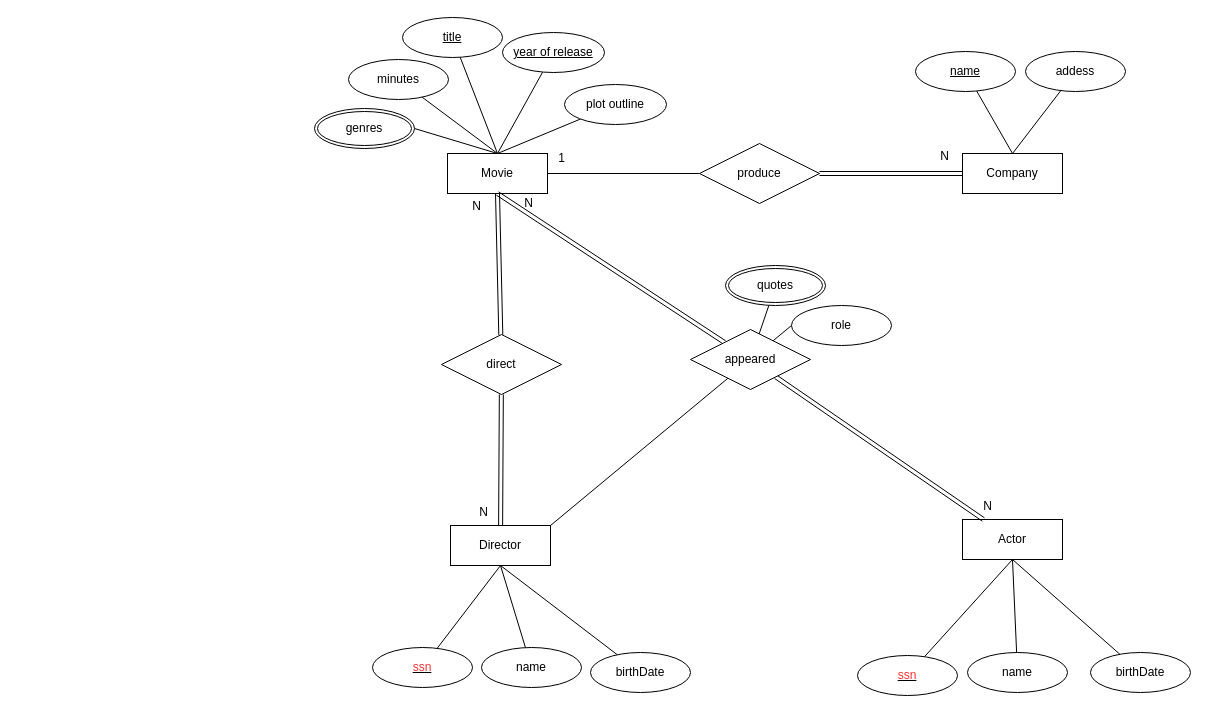
Above: DBStudio/DBStudio_Ass2_Movie.drawio in cobinding/draw.io_collection (draw.io), before the change. Source tidied: cells renumbered, new cells numbered last; positions are measured from the earlier drawing's top-left corner, leaving out a move shared by most shapes. Both pictures are drawn from the tidied source at 100%, with x=0, y=0 at pixel (314, 17).
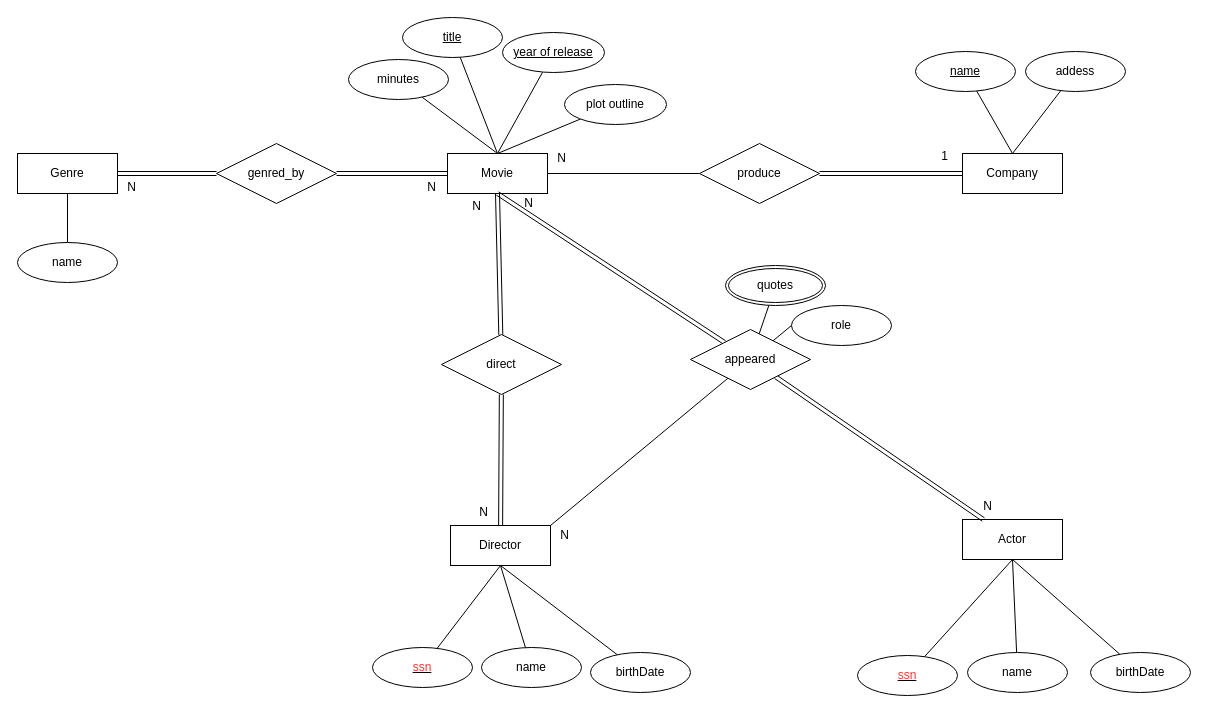
Above is the later version.

Unchanged cells that the change refers to:
```xml
<mxCell id="4" value="Movie" style="whiteSpace=wrap;html=1;align=center;" parent="1" vertex="1">
  <mxGeometry x="133" y="136" width="100" height="40" as="geometry" />
</mxCell>
```

Diff of the diagram source:
```diff
@@
-    <mxCell id="13" style="rounded=0;jettySize=auto;html=1;entryX=0.5;entryY=0;entryDx=0;entryDy=0;endArrow=none;endFill=0;exitX=1;exitY=0.5;exitDx=0;exitDy=0;" parent="1" edge="1" source="40" target="4">
-      <mxGeometry relative="1" as="geometry" />
-    </mxCell>
@@
-    <mxCell id="40" value="genres" style="ellipse;shape=doubleEllipse;margin=3;whiteSpace=wrap;html=1;align=center;" parent="1" vertex="1">
-      <mxGeometry y="91" width="100" height="40" as="geometry" />
-    </mxCell>
@@
-    <mxCell id="44" value="N" style="text;html=1;align=center;verticalAlign=middle;strokeColor=none;fillColor=none;" parent="1" vertex="1">
-      <mxGeometry x="616" y="126" width="27" height="26" as="geometry" />
+    <mxCell id="44" value="1" style="text;html=1;align=center;verticalAlign=middle;strokeColor=none;fillColor=none;" parent="1" vertex="1">
+      <mxGeometry x="617" y="126" width="25" height="26" as="geometry" />
     </mxCell>
-    <mxCell id="45" value="1" style="text;html=1;align=center;verticalAlign=middle;strokeColor=none;fillColor=none;" parent="1" vertex="1">
-      <mxGeometry x="234" y="128" width="25" height="26" as="geometry" />
+    <mxCell id="45" value="N" style="text;html=1;align=center;verticalAlign=middle;strokeColor=none;fillColor=none;" parent="1" vertex="1">
+      <mxGeometry x="233" y="128" width="27" height="26" as="geometry" />
     </mxCell>
@@
+    <mxCell id="52" style="edgeStyle=orthogonalEdgeStyle;rounded=0;jettySize=auto;html=1;strokeColor=default;endArrow=none;endFill=0;" parent="1" edge="1" source="53" target="58">
+      <mxGeometry relative="1" as="geometry" />
+    </mxCell>
+    <mxCell id="53" value="Genre" style="whiteSpace=wrap;html=1;align=center;" parent="1" vertex="1">
+      <mxGeometry x="-297" y="136" width="100" height="40" as="geometry" />
+    </mxCell>
+    <mxCell id="54" style="edgeStyle=orthogonalEdgeStyle;rounded=0;jettySize=auto;html=1;endArrow=none;endFill=0;shape=link;" parent="1" edge="1" source="55" target="4">
+      <mxGeometry relative="1" as="geometry" />
+    </mxCell>
+    <mxCell id="55" value="genred_by" style="shape=rhombus;perimeter=rhombusPerimeter;whiteSpace=wrap;html=1;align=center;" parent="1" vertex="1">
+      <mxGeometry x="-98" y="126" width="120" height="60" as="geometry" />
+    </mxCell>
+    <mxCell id="56" style="edgeStyle=orthogonalEdgeStyle;rounded=0;jettySize=auto;html=1;entryX=0;entryY=0.5;entryDx=0;entryDy=0;endArrow=none;endFill=0;shape=link;" parent="1" edge="1" source="53" target="55">
+      <mxGeometry relative="1" as="geometry" />
+    </mxCell>
+    <mxCell id="57" value="N" style="text;html=1;align=center;verticalAlign=middle;strokeColor=none;fillColor=none;" parent="1" vertex="1">
+      <mxGeometry x="-197" y="157" width="27" height="26" as="geometry" />
+    </mxCell>
+    <mxCell id="58" value="name" style="ellipse;whiteSpace=wrap;html=1;align=center;" parent="1" vertex="1">
+      <mxGeometry x="-297" y="225" width="100" height="40" as="geometry" />
+    </mxCell>
+    <mxCell id="59" value="N" style="text;html=1;align=center;verticalAlign=middle;strokeColor=none;fillColor=none;" parent="1" vertex="1">
+      <mxGeometry x="103" y="157" width="27" height="26" as="geometry" />
+    </mxCell>
+    <mxCell id="60" value="N" style="text;html=1;align=center;verticalAlign=middle;strokeColor=none;fillColor=none;" parent="1" vertex="1">
+      <mxGeometry x="236" y="505" width="27" height="26" as="geometry" />
+    </mxCell>
```
